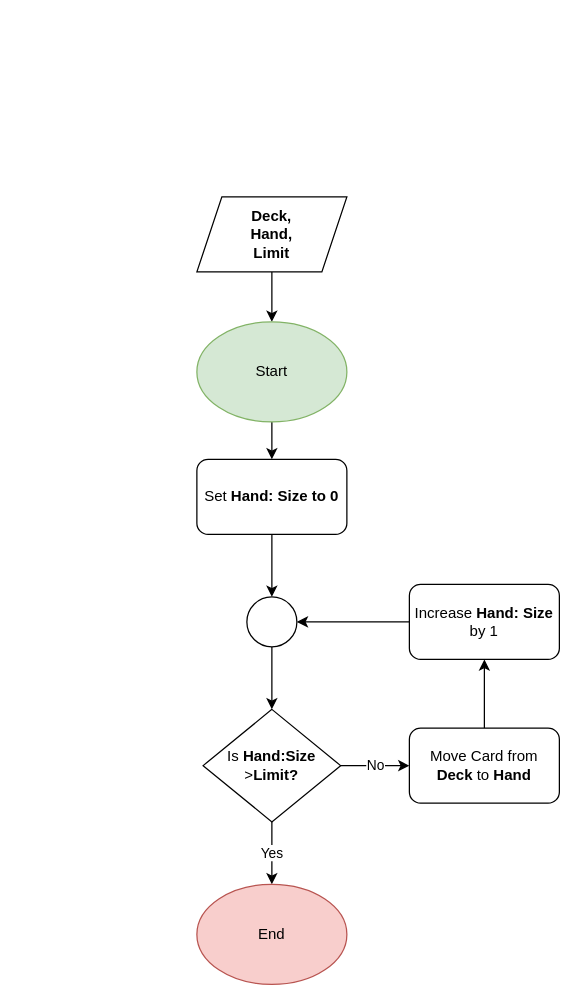
Before: images/Card Dealing Subprocess.drawio in FlipFlopsy/FlopsTEPrework, a draw.io diagram. Source tidied: cells renumbered, new cells numbered last; positions are measured from the earlier drawing's top-left corner, leaving out a move shared by most shapes. Both pictures are drawn from the tidied source at 125%, with x=0, y=0 at pixel (196, 196).
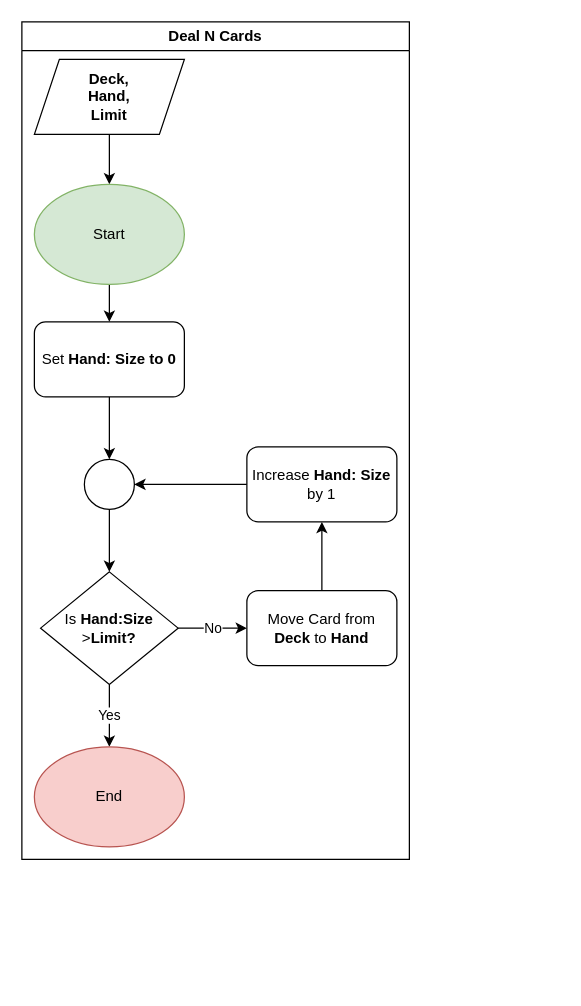
The same page after the edit.

Change to the diagram source:
```diff
@@
 <mxGraphModel>
   <root>
     <mxCell id="0" />
     <mxCell id="1" parent="0" />
+    <mxCell id="18" value="Deal N Cards" style="swimlane;whiteSpace=wrap;html=1;" parent="1" vertex="1">
+      <mxGeometry x="-140" y="-140" width="310" height="670" as="geometry" />
+    </mxCell>
-    <mxCell id="2" style="edgeStyle=orthogonalEdgeStyle;rounded=0;jettySize=auto;html=1;" parent="1" edge="1" source="3" target="5">
+    <mxCell id="2" style="edgeStyle=orthogonalEdgeStyle;rounded=0;jettySize=auto;html=1;" parent="18" edge="1" source="3" target="5">
       <mxGeometry relative="1" as="geometry" />
     </mxCell>
-    <mxCell id="3" value="&lt;b&gt;Deck,&lt;br&gt;Hand,&lt;br&gt;Limit&lt;/b&gt;" style="shape=parallelogram;perimeter=parallelogramPerimeter;whiteSpace=wrap;html=1;fixedSize=1;" parent="1" vertex="1">
-      <mxGeometry width="120" height="60" as="geometry" />
+    <mxCell id="3" value="&lt;b&gt;Deck,&lt;br&gt;Hand,&lt;br&gt;Limit&lt;/b&gt;" style="shape=parallelogram;perimeter=parallelogramPerimeter;whiteSpace=wrap;html=1;fixedSize=1;" parent="18" vertex="1">
+      <mxGeometry x="10" y="30" width="120" height="60" as="geometry" />
     </mxCell>
-    <mxCell id="4" style="edgeStyle=orthogonalEdgeStyle;rounded=0;jettySize=auto;html=1;" parent="1" edge="1" source="5" target="12">
+    <mxCell id="4" style="edgeStyle=orthogonalEdgeStyle;rounded=0;jettySize=auto;html=1;" parent="18" edge="1" source="5" target="12">
       <mxGeometry relative="1" as="geometry" />
     </mxCell>
-    <mxCell id="5" value="Start" style="ellipse;whiteSpace=wrap;html=1;fillColor=#d5e8d4;strokeColor=#82b366;" parent="1" vertex="1">
-      <mxGeometry y="100" width="120" height="80" as="geometry" />
+    <mxCell id="5" value="Start" style="ellipse;whiteSpace=wrap;html=1;fillColor=#d5e8d4;strokeColor=#82b366;" parent="18" vertex="1">
+      <mxGeometry x="10" y="130" width="120" height="80" as="geometry" />
     </mxCell>
-    <mxCell id="6" value="No" style="edgeStyle=orthogonalEdgeStyle;rounded=0;jettySize=auto;html=1;" parent="1" edge="1" source="8" target="10">
+    <mxCell id="6" value="No" style="edgeStyle=orthogonalEdgeStyle;rounded=0;jettySize=auto;html=1;" parent="18" edge="1" source="8" target="10">
       <mxGeometry relative="1" as="geometry" />
     </mxCell>
-    <mxCell id="7" value="Yes" style="edgeStyle=orthogonalEdgeStyle;rounded=0;jettySize=auto;html=1;" parent="1" edge="1" source="8" target="17">
+    <mxCell id="7" value="Yes" style="edgeStyle=orthogonalEdgeStyle;rounded=0;jettySize=auto;html=1;" parent="18" edge="1" source="8" target="17">
       <mxGeometry relative="1" as="geometry" />
     </mxCell>
-    <mxCell id="8" value="Is &lt;b&gt;Hand:Size&lt;br&gt;&lt;/b&gt;&amp;gt;&lt;b&gt;Limit?&lt;/b&gt;" style="rhombus;whiteSpace=wrap;html=1;" parent="1" vertex="1">
-      <mxGeometry x="5" y="410" width="110" height="90" as="geometry" />
+    <mxCell id="8" value="Is &lt;b&gt;Hand:Size&lt;br&gt;&lt;/b&gt;&amp;gt;&lt;b&gt;Limit?&lt;/b&gt;" style="rhombus;whiteSpace=wrap;html=1;" parent="18" vertex="1">
+      <mxGeometry x="15" y="440" width="110" height="90" as="geometry" />
     </mxCell>
-    <mxCell id="9" style="edgeStyle=orthogonalEdgeStyle;rounded=0;jettySize=auto;html=1;" parent="1" edge="1" source="10" target="14">
+    <mxCell id="9" style="edgeStyle=orthogonalEdgeStyle;rounded=0;jettySize=auto;html=1;" parent="18" edge="1" source="10" target="14">
       <mxGeometry relative="1" as="geometry" />
     </mxCell>
-    <mxCell id="10" value="Move Card from &lt;b&gt;Deck&lt;/b&gt;&amp;nbsp;to &lt;b&gt;Hand&lt;/b&gt;" style="rounded=1;whiteSpace=wrap;html=1;" parent="1" vertex="1">
-      <mxGeometry x="170" y="425" width="120" height="60" as="geometry" />
+    <mxCell id="10" value="Move Card from &lt;b&gt;Deck&lt;/b&gt;&amp;nbsp;to &lt;b&gt;Hand&lt;/b&gt;" style="rounded=1;whiteSpace=wrap;html=1;" parent="18" vertex="1">
+      <mxGeometry x="180" y="455" width="120" height="60" as="geometry" />
     </mxCell>
-    <mxCell id="11" style="edgeStyle=orthogonalEdgeStyle;rounded=0;jettySize=auto;html=1;" parent="1" edge="1" source="12" target="16">
+    <mxCell id="11" style="edgeStyle=orthogonalEdgeStyle;rounded=0;jettySize=auto;html=1;" parent="18" edge="1" source="12" target="16">
       <mxGeometry relative="1" as="geometry" />
     </mxCell>
-    <mxCell id="12" value="Set &lt;b&gt;Hand: Size to 0&lt;/b&gt;" style="rounded=1;whiteSpace=wrap;html=1;" parent="1" vertex="1">
-      <mxGeometry y="210" width="120" height="60" as="geometry" />
+    <mxCell id="12" value="Set &lt;b&gt;Hand: Size to 0&lt;/b&gt;" style="rounded=1;whiteSpace=wrap;html=1;" parent="18" vertex="1">
+      <mxGeometry x="10" y="240" width="120" height="60" as="geometry" />
     </mxCell>
-    <mxCell id="13" style="edgeStyle=orthogonalEdgeStyle;rounded=0;jettySize=auto;html=1;" parent="1" edge="1" source="14" target="16">
+    <mxCell id="13" style="edgeStyle=orthogonalEdgeStyle;rounded=0;jettySize=auto;html=1;" parent="18" edge="1" source="14" target="16">
       <mxGeometry relative="1" as="geometry" />
     </mxCell>
-    <mxCell id="14" value="Increase &lt;b&gt;Hand: Size &lt;/b&gt;by 1" style="whiteSpace=wrap;html=1;rounded=1;" parent="1" vertex="1">
-      <mxGeometry x="170" y="310" width="120" height="60" as="geometry" />
+    <mxCell id="14" value="Increase &lt;b&gt;Hand: Size &lt;/b&gt;by 1" style="whiteSpace=wrap;html=1;rounded=1;" parent="18" vertex="1">
+      <mxGeometry x="180" y="340" width="120" height="60" as="geometry" />
     </mxCell>
-    <mxCell id="15" style="edgeStyle=orthogonalEdgeStyle;rounded=0;jettySize=auto;html=1;" parent="1" edge="1" source="16" target="8">
+    <mxCell id="15" style="edgeStyle=orthogonalEdgeStyle;rounded=0;jettySize=auto;html=1;" parent="18" edge="1" source="16" target="8">
       <mxGeometry relative="1" as="geometry" />
     </mxCell>
-    <mxCell id="16" style="ellipse;whiteSpace=wrap;html=1;" parent="1" vertex="1">
-      <mxGeometry x="40" y="320" width="40" height="40" as="geometry" />
+    <mxCell id="16" style="ellipse;whiteSpace=wrap;html=1;" parent="18" vertex="1">
+      <mxGeometry x="50" y="350" width="40" height="40" as="geometry" />
     </mxCell>
-    <mxCell id="17" value="End" style="ellipse;whiteSpace=wrap;html=1;fillColor=#f8cecc;strokeColor=#b85450;" parent="1" vertex="1">
-      <mxGeometry y="550" width="120" height="80" as="geometry" />
+    <mxCell id="17" value="End" style="ellipse;whiteSpace=wrap;html=1;fillColor=#f8cecc;strokeColor=#b85450;" parent="18" vertex="1">
+      <mxGeometry x="10" y="580" width="120" height="80" as="geometry" />
     </mxCell>
   </root>
 </mxGraphModel>
```
